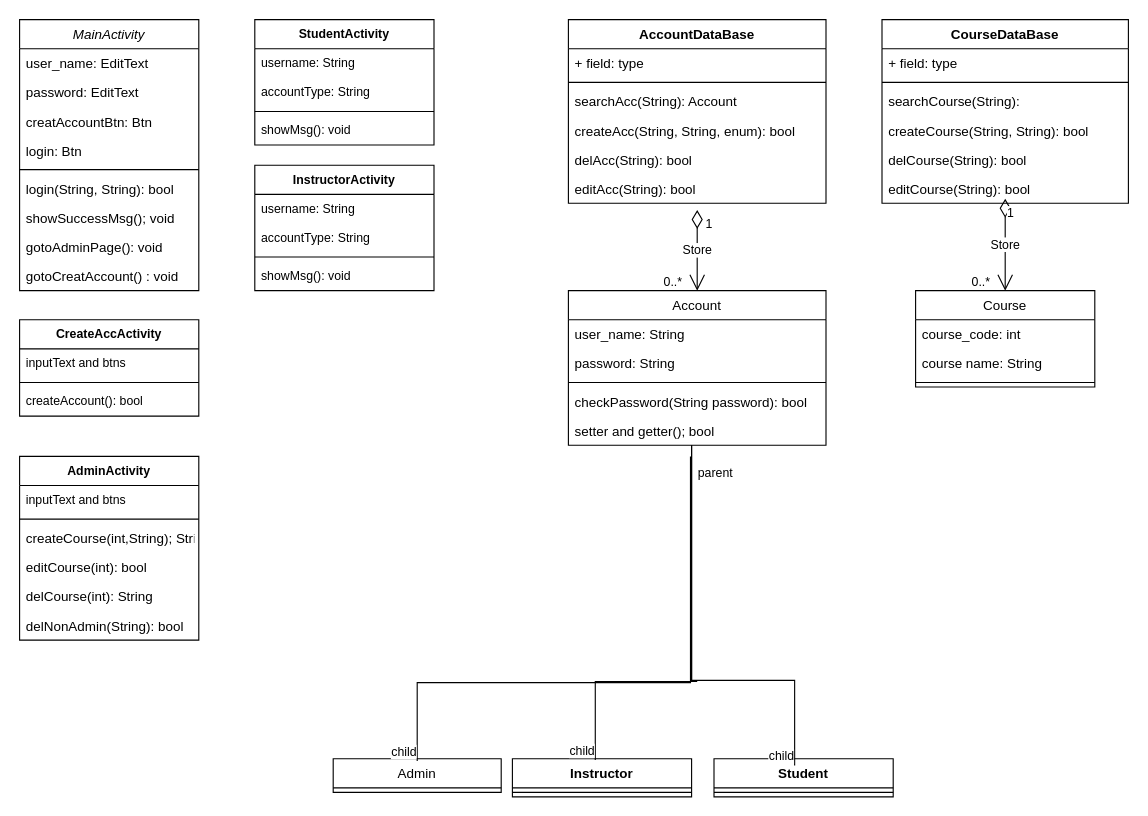
The draw.io diagram UML.drawio in uOttawa-Summer2022/Project_group3, before the edit. Source tidied: cells renumbered, new cells numbered last; positions are measured from the earlier drawing's top-left corner, leaving out a move shared by most shapes. Both pictures are drawn from the tidied source at 112%, with x=0, y=0 at pixel (19, 19).
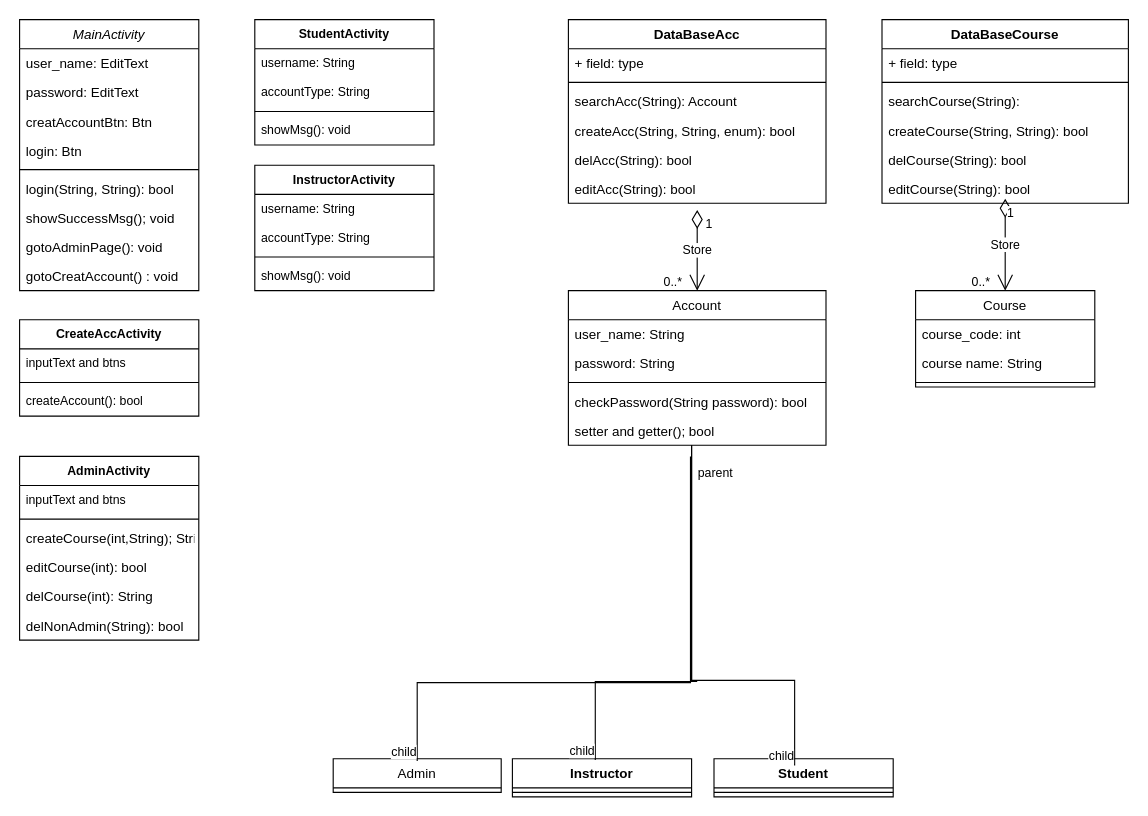
The same diagram, later.

The edit, as a diff of the source:
```diff
@@
-    <mxCell id="35" value="CourseDataBase" style="swimlane;fontStyle=1;align=center;verticalAlign=top;horizontal=1;startSize=26;" parent="1" vertex="1">
+    <mxCell id="35" value="DataBaseCourse" style="swimlane;fontStyle=1;align=center;verticalAlign=top;horizontal=1;startSize=26;" parent="1" vertex="1">
       <mxGeometry x="770" width="220" height="164" as="geometry" />
     </mxCell>
@@
-    <mxCell id="45" value="AccountDataBase" style="swimlane;fontStyle=1;align=center;verticalAlign=top;horizontal=1;startSize=26;" parent="1" vertex="1">
+    <mxCell id="45" value="DataBaseAcc" style="swimlane;fontStyle=1;align=center;verticalAlign=top;horizontal=1;startSize=26;" parent="1" vertex="1">
       <mxGeometry x="490" width="230" height="164" as="geometry" />
     </mxCell>
```
